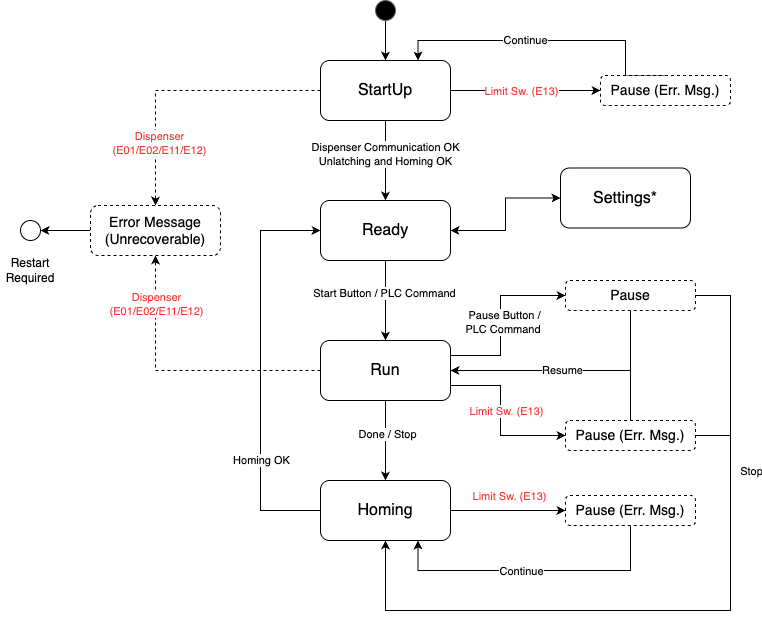
This is docs/images/states.png from erdiongson/sdb1r_main, a draw.io export, as it was before one commit. Source tidied: cells renumbered, new cells last; positions are measured from the earlier drawing's top-left corner, leaving out a move shared by most shapes.
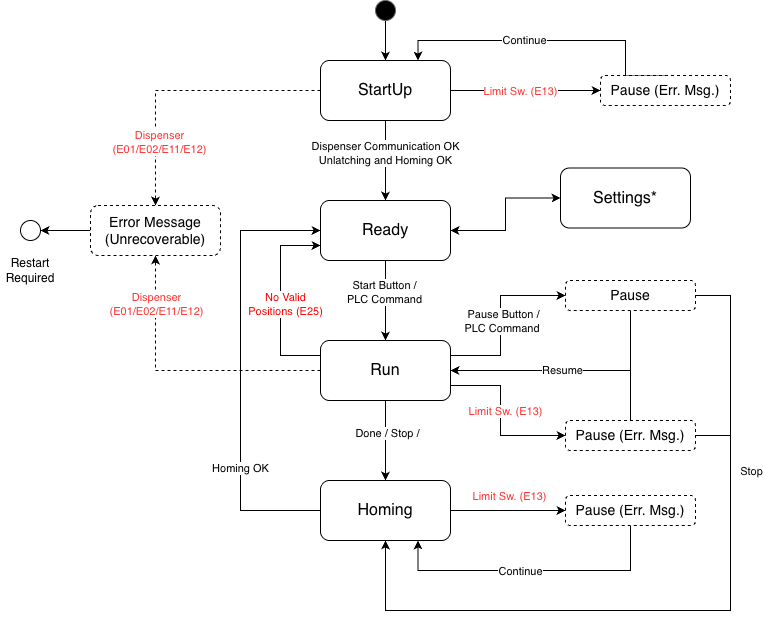
After the change.

The edit, as a diff of the source:
```diff
@@ -8,13 +8,13 @@
     <mxCell id="3" value="Dispenser Communication OK&lt;br&gt;Unlatching and Homing OK" style="edgeLabel;html=1;align=center;verticalAlign=middle;" parent="2" vertex="1">
       <mxGeometry x="-0.17" y="-1" relative="1" as="geometry" />
     </mxCell>
-    <mxCell id="4" style="edgeStyle=orthogonalEdgeStyle;rounded=0;jettySize=auto;html=1;exitX=0;exitY=0.5;exitDx=0;exitDy=0;dashed=1;" parent="1" edge="1" source="8" target="24">
+    <mxCell id="4" style="edgeStyle=orthogonalEdgeStyle;rounded=0;jettySize=auto;html=1;exitX=0;exitY=0.5;exitDx=0;exitDy=0;dashed=1;" parent="1" edge="1" source="8" target="26">
       <mxGeometry relative="1" as="geometry" />
     </mxCell>
     <mxCell id="5" value="Dispenser&lt;div&gt;(E01/E02/E11/E12)&lt;/div&gt;" style="edgeLabel;html=1;align=center;verticalAlign=middle;fontColor=#FF3333;" parent="4" vertex="1">
       <mxGeometry x="0.55" y="3" relative="1" as="geometry" />
     </mxCell>
-    <mxCell id="6" style="edgeStyle=orthogonalEdgeStyle;rounded=0;jettySize=auto;html=1;exitX=1;exitY=0.5;exitDx=0;exitDy=0;entryX=0;entryY=0.5;entryDx=0;entryDy=0;" parent="1" edge="1" source="8" target="47">
+    <mxCell id="6" style="edgeStyle=orthogonalEdgeStyle;rounded=0;jettySize=auto;html=1;exitX=1;exitY=0.5;exitDx=0;exitDy=0;entryX=0;entryY=0.5;entryDx=0;entryDy=0;" parent="1" edge="1" source="8" target="49">
       <mxGeometry relative="1" as="geometry" />
     </mxCell>
     <mxCell id="7" value="&lt;span style=&quot;color: rgb(255, 51, 51);&quot;&gt;Limit Sw. (E13)&lt;/span&gt;" style="edgeLabel;html=1;align=center;verticalAlign=middle;" parent="6" vertex="1">
@@ -25,19 +25,19 @@
     <mxCell id="8" value="&lt;font style=&quot;font-size: 16px;&quot;&gt;StartUp&lt;/font&gt;" style="rounded=1;whiteSpace=wrap;html=1;" parent="1" vertex="1">
       <mxGeometry x="320" y="60" width="130" height="60" as="geometry" />
     </mxCell>
-    <mxCell id="9" style="edgeStyle=orthogonalEdgeStyle;rounded=0;jettySize=auto;html=1;" parent="1" edge="1" source="12" target="22">
+    <mxCell id="9" style="edgeStyle=orthogonalEdgeStyle;rounded=0;jettySize=auto;html=1;" parent="1" edge="1" source="12" target="24">
       <mxGeometry relative="1" as="geometry" />
     </mxCell>
-    <mxCell id="10" value="Start Button / PLC Command" style="edgeLabel;html=1;align=center;verticalAlign=middle;" parent="9" vertex="1">
+    <mxCell id="10" value="Start Button /&lt;br&gt;PLC Command" style="edgeLabel;html=1;align=center;verticalAlign=middle;" parent="9" vertex="1">
       <mxGeometry x="-0.2" y="-2" relative="1" as="geometry" />
     </mxCell>
-    <mxCell id="11" style="edgeStyle=orthogonalEdgeStyle;rounded=0;jettySize=auto;html=1;exitX=1;exitY=0.5;exitDx=0;exitDy=0;entryX=0;entryY=0.5;entryDx=0;entryDy=0;startArrow=classic;startFill=1;" parent="1" edge="1" source="12" target="48">
+    <mxCell id="11" style="edgeStyle=orthogonalEdgeStyle;rounded=0;jettySize=auto;html=1;exitX=1;exitY=0.5;exitDx=0;exitDy=0;entryX=0;entryY=0.5;entryDx=0;entryDy=0;startArrow=classic;startFill=1;" parent="1" edge="1" source="12" target="50">
       <mxGeometry relative="1" as="geometry" />
     </mxCell>
     <mxCell id="12" value="&lt;font style=&quot;font-size: 16px;&quot;&gt;Ready&lt;/font&gt;" style="rounded=1;whiteSpace=wrap;html=1;" parent="1" vertex="1">
       <mxGeometry x="320" y="200" width="130" height="60" as="geometry" />
     </mxCell>
-    <mxCell id="13" style="edgeStyle=orthogonalEdgeStyle;rounded=0;jettySize=auto;html=1;exitX=0;exitY=0.5;exitDx=0;exitDy=0;entryX=0.5;entryY=1;entryDx=0;entryDy=0;dashed=1;" parent="1" edge="1" source="22" target="24">
+    <mxCell id="13" style="edgeStyle=orthogonalEdgeStyle;rounded=0;jettySize=auto;html=1;exitX=0;exitY=0.5;exitDx=0;exitDy=0;entryX=0.5;entryY=1;entryDx=0;entryDy=0;dashed=1;" parent="1" edge="1" source="24" target="26">
       <mxGeometry relative="1" as="geometry" />
     </mxCell>
     <mxCell id="14" value="Dispenser&lt;div style=&quot;--tw-scale-x: 1; --tw-scale-y: 1; --tw-pan-x: ; --tw-pan-y: ; --tw-pinch-zoom: ; --tw-scroll-snap-strictness: proximity; --tw-gradient-from-position: ; --tw-gradient-via-position: ; --tw-gradient-to-position: ; --tw-ordinal: ; --tw-slashed-zero: ; --tw-numeric-figure: ; --tw-numeric-spacing: ; --tw-numeric-fraction: ; --tw-ring-inset: ; --tw-ring-offset-width: 0px; --tw-ring-offset-color: light-dark(#fff, #000000); --tw-ring-color: rgb(59 130 246 / 0.5); --tw-ring-offset-shadow: 0 0 #0000; --tw-ring-shadow: 0 0 #0000; --tw-shadow: 0 0 #0000; --tw-shadow-colored: 0 0 #0000; --tw-blur: ; --tw-brightness: ; --tw-contrast: ; --tw-grayscale: ; --tw-hue-rotate: ; --tw-invert: ; --tw-saturate: ; --tw-sepia: ; --tw-drop-shadow: ; --tw-backdrop-blur: ; --tw-backdrop-brightness: ; --tw-backdrop-contrast: ; --tw-backdrop-grayscale: ; --tw-backdrop-hue-rotate: ; --tw-backdrop-invert: ; --tw-backdrop-opacity: ; --tw-backdrop-saturate: ; --tw-backdrop-sepia: ; --tw-contain-size: ; --tw-contain-layout: ; --tw-contain-paint: ; --tw-contain-style: ;&quot;&gt;(E01/E02/E11/E12)&lt;/div&gt;" style="edgeLabel;html=1;align=center;verticalAlign=middle;fontColor=#FF3333;" parent="13" vertex="1">
@@ -45,13 +45,13 @@
         <mxPoint y="-15" as="offset" />
       </mxGeometry>
     </mxCell>
-    <mxCell id="15" style="edgeStyle=orthogonalEdgeStyle;rounded=0;jettySize=auto;html=1;" parent="1" edge="1" source="22" target="29">
+    <mxCell id="15" style="edgeStyle=orthogonalEdgeStyle;rounded=0;jettySize=auto;html=1;" parent="1" edge="1" source="24" target="31">
       <mxGeometry relative="1" as="geometry" />
     </mxCell>
-    <mxCell id="16" value="Done / Stop" style="edgeLabel;html=1;align=center;verticalAlign=middle;" parent="15" vertex="1">
+    <mxCell id="16" value="Done / Stop /" style="edgeLabel;html=1;align=center;verticalAlign=middle;" parent="15" vertex="1">
       <mxGeometry x="-0.18" y="1" relative="1" as="geometry" />
     </mxCell>
-    <mxCell id="17" style="edgeStyle=orthogonalEdgeStyle;rounded=0;jettySize=auto;html=1;exitX=1;exitY=0.25;exitDx=0;exitDy=0;entryX=0;entryY=0.5;entryDx=0;entryDy=0;" parent="1" edge="1" source="22" target="32">
+    <mxCell id="17" style="edgeStyle=orthogonalEdgeStyle;rounded=0;jettySize=auto;html=1;exitX=1;exitY=0.25;exitDx=0;exitDy=0;entryX=0;entryY=0.5;entryDx=0;entryDy=0;" parent="1" edge="1" source="24" target="34">
       <mxGeometry relative="1" as="geometry">
         <Array as="points">
           <mxPoint x="500" y="355" />
@@ -64,7 +64,7 @@
         <mxPoint x="4" as="offset" />
       </mxGeometry>
     </mxCell>
-    <mxCell id="19" style="edgeStyle=orthogonalEdgeStyle;rounded=0;jettySize=auto;html=1;exitX=1;exitY=0.75;exitDx=0;exitDy=0;entryX=0;entryY=0.5;entryDx=0;entryDy=0;" parent="1" edge="1" source="22" target="37">
+    <mxCell id="19" style="edgeStyle=orthogonalEdgeStyle;rounded=0;jettySize=auto;html=1;exitX=1;exitY=0.75;exitDx=0;exitDy=0;entryX=0;entryY=0.5;entryDx=0;entryDy=0;" parent="1" edge="1" source="24" target="39">
       <mxGeometry relative="1" as="geometry">
         <Array as="points">
           <mxPoint x="500" y="385" />
@@ -80,121 +80,134 @@
         <mxPoint x="5" y="7" as="offset" />
       </mxGeometry>
     </mxCell>
-    <mxCell id="22" value="&lt;font style=&quot;font-size: 16px;&quot;&gt;Run&lt;/font&gt;" style="rounded=1;whiteSpace=wrap;html=1;" parent="1" vertex="1">
-      <mxGeometry x="320" y="340" width="130" height="60" as="geometry" />
+    <mxCell id="22" style="edgeStyle=orthogonalEdgeStyle;rounded=0;jettySize=auto;html=1;exitX=0;exitY=0.25;exitDx=0;exitDy=0;entryX=0;entryY=0.75;entryDx=0;entryDy=0;" parent="1" edge="1" source="24" target="12">
+      <mxGeometry relative="1" as="geometry">
+        <Array as="points">
+          <mxPoint x="280" y="355" />
+          <mxPoint x="280" y="245" />
+        </Array>
+      </mxGeometry>
     </mxCell>
-    <mxCell id="23" style="edgeStyle=orthogonalEdgeStyle;rounded=0;jettySize=auto;html=1;exitX=0;exitY=0.5;exitDx=0;exitDy=0;entryX=1;entryY=0.5;entryDx=0;entryDy=0;" parent="1" edge="1" source="24" target="43">
-      <mxGeometry relative="1" as="geometry" />
+    <mxCell id="23" value="&lt;font style=&quot;color: rgb(255, 0, 0);&quot;&gt;No Valid&lt;br&gt;Positions (E25)&lt;/font&gt;" style="edgeLabel;html=1;align=center;verticalAlign=middle;" parent="22" vertex="1">
+      <mxGeometry x="-0.02" y="5" relative="1" as="geometry">
+        <mxPoint x="10" y="1" as="offset" />
+      </mxGeometry>
     </mxCell>
-    <mxCell id="24" value="&lt;font&gt;Error Message&lt;br&gt;(Unrecoverable)&lt;/font&gt;" style="rounded=1;whiteSpace=wrap;html=1;dashed=1;fontSize=14;" parent="1" vertex="1">
-      <mxGeometry x="90" y="205" width="130" height="50" as="geometry" />
+    <mxCell id="24" value="&lt;font style=&quot;font-size: 16px;&quot;&gt;Run&lt;/font&gt;" style="rounded=1;whiteSpace=wrap;html=1;" parent="1" vertex="1">
+      <mxGeometry x="320" y="340" width="130" height="60" as="geometry" />
     </mxCell>
-    <mxCell id="25" style="edgeStyle=orthogonalEdgeStyle;rounded=0;jettySize=auto;html=1;exitX=0;exitY=0.5;exitDx=0;exitDy=0;entryX=0;entryY=0.5;entryDx=0;entryDy=0;" parent="1" edge="1" source="29" target="12">
-      <mxGeometry relative="1" as="geometry">
-        <Array as="points">
-          <mxPoint x="260" y="510" />
-          <mxPoint x="260" y="230" />
-        </Array>
-      </mxGeometry>
+    <mxCell id="25" style="edgeStyle=orthogonalEdgeStyle;rounded=0;jettySize=auto;html=1;exitX=0;exitY=0.5;exitDx=0;exitDy=0;entryX=1;entryY=0.5;entryDx=0;entryDy=0;" parent="1" edge="1" source="26" target="45">
+      <mxGeometry relative="1" as="geometry" />
     </mxCell>
-    <mxCell id="26" value="Homing OK" style="edgeLabel;html=1;align=center;verticalAlign=middle;points=[];" parent="25" vertex="1">
-      <mxGeometry x="-0.37" y="2" relative="1" as="geometry">
-        <mxPoint x="2" y="15" as="offset" />
-      </mxGeometry>
+    <mxCell id="26" value="&lt;font&gt;Error Message&lt;br&gt;(Unrecoverable)&lt;/font&gt;" style="rounded=1;whiteSpace=wrap;html=1;dashed=1;fontSize=14;" parent="1" vertex="1">
+      <mxGeometry x="90" y="205" width="130" height="50" as="geometry" />
     </mxCell>
-    <mxCell id="27" style="edgeStyle=orthogonalEdgeStyle;rounded=0;jettySize=auto;html=1;exitX=1;exitY=0.5;exitDx=0;exitDy=0;entryX=0;entryY=0.5;entryDx=0;entryDy=0;" parent="1" edge="1" source="29" target="40">
-      <mxGeometry relative="1" as="geometry" />
+    <mxCell id="27" style="edgeStyle=orthogonalEdgeStyle;rounded=0;jettySize=auto;html=1;exitX=0;exitY=0.5;exitDx=0;exitDy=0;entryX=0;entryY=0.5;entryDx=0;entryDy=0;" parent="1" edge="1" source="31" target="12">
+      <mxGeometry relative="1" as="geometry">
+        <Array as="points">
+          <mxPoint x="240" y="510" />
+          <mxPoint x="240" y="230" />
+        </Array>
+      </mxGeometry>
     </mxCell>
-    <mxCell id="28" value="Limit Sw. (E13)" style="edgeLabel;html=1;align=center;verticalAlign=middle;fontColor=#FF3333;" parent="27" vertex="1">
-      <mxGeometry x="-0.29" relative="1" as="geometry">
-        <mxPoint x="17" y="-15" as="offset" />
+    <mxCell id="28" value="Homing OK" style="edgeLabel;html=1;align=center;verticalAlign=middle;" parent="27" vertex="1">
+      <mxGeometry x="-0.37" y="2" relative="1" as="geometry">
+        <mxPoint x="2" y="15" as="offset" />
       </mxGeometry>
     </mxCell>
-    <mxCell id="29" value="&lt;span style=&quot;font-size: 16px;&quot;&gt;Homing&lt;/span&gt;" style="rounded=1;whiteSpace=wrap;html=1;" parent="1" vertex="1">
-      <mxGeometry x="320" y="480" width="130" height="60" as="geometry" />
+    <mxCell id="29" style="edgeStyle=orthogonalEdgeStyle;rounded=0;jettySize=auto;html=1;exitX=1;exitY=0.5;exitDx=0;exitDy=0;entryX=0;entryY=0.5;entryDx=0;entryDy=0;" parent="1" edge="1" source="31" target="42">
+      <mxGeometry relative="1" as="geometry" />
     </mxCell>
-    <mxCell id="30" style="edgeStyle=orthogonalEdgeStyle;rounded=0;jettySize=auto;html=1;exitX=0.5;exitY=1;exitDx=0;exitDy=0;entryX=1;entryY=0.5;entryDx=0;entryDy=0;" parent="1" edge="1" source="32" target="22">
-      <mxGeometry relative="1" as="geometry" />
+    <mxCell id="30" value="Limit Sw. (E13)" style="edgeLabel;html=1;align=center;verticalAlign=middle;fontColor=#FF3333;" parent="29" vertex="1">
+      <mxGeometry x="-0.29" relative="1" as="geometry">
+        <mxPoint x="17" y="-15" as="offset" />
+      </mxGeometry>
     </mxCell>
-    <mxCell id="31" style="edgeStyle=orthogonalEdgeStyle;rounded=0;jettySize=auto;html=1;exitX=1;exitY=0.5;exitDx=0;exitDy=0;entryX=0.5;entryY=1;entryDx=0;entryDy=0;" parent="1" edge="1" source="32" target="29">
-      <mxGeometry relative="1" as="geometry">
-        <Array as="points">
-          <mxPoint x="730" y="295" />
-          <mxPoint x="730" y="610" />
-          <mxPoint x="385" y="610" />
-        </Array>
-      </mxGeometry>
+    <mxCell id="31" value="&lt;span style=&quot;font-size: 16px;&quot;&gt;Homing&lt;/span&gt;" style="rounded=1;whiteSpace=wrap;html=1;" parent="1" vertex="1">
+      <mxGeometry x="320" y="480" width="130" height="60" as="geometry" />
     </mxCell>
-    <mxCell id="32" value="&lt;span&gt;Pause&lt;/span&gt;" style="rounded=1;whiteSpace=wrap;html=1;glass=0;shadow=0;strokeColor=default;fillStyle=auto;gradientColor=none;dashed=1;fontSize=14;" parent="1" vertex="1">
-      <mxGeometry x="565" y="280" width="130" height="30" as="geometry" />
+    <mxCell id="32" style="edgeStyle=orthogonalEdgeStyle;rounded=0;jettySize=auto;html=1;exitX=0.5;exitY=1;exitDx=0;exitDy=0;entryX=1;entryY=0.5;entryDx=0;entryDy=0;" parent="1" edge="1" source="34" target="24">
+      <mxGeometry relative="1" as="geometry" />
     </mxCell>
-    <mxCell id="33" style="edgeStyle=orthogonalEdgeStyle;rounded=0;jettySize=auto;html=1;exitX=0.5;exitY=0;exitDx=0;exitDy=0;entryX=1;entryY=0.5;entryDx=0;entryDy=0;" parent="1" edge="1" source="37" target="22">
-      <mxGeometry relative="1" as="geometry" />
+    <mxCell id="33" style="edgeStyle=orthogonalEdgeStyle;rounded=0;jettySize=auto;html=1;exitX=1;exitY=0.5;exitDx=0;exitDy=0;entryX=0.5;entryY=1;entryDx=0;entryDy=0;" parent="1" edge="1" source="34" target="31">
+      <mxGeometry relative="1" as="geometry">
+        <Array as="points">
+          <mxPoint x="730" y="295" />
+          <mxPoint x="730" y="610" />
+          <mxPoint x="385" y="610" />
+        </Array>
+      </mxGeometry>
     </mxCell>
-    <mxCell id="34" value="Resume" style="edgeLabel;html=1;align=center;verticalAlign=middle;points=[];" parent="33" vertex="1">
-      <mxGeometry x="0.04" y="-1" relative="1" as="geometry" />
+    <mxCell id="34" value="&lt;span&gt;Pause&lt;/span&gt;" style="rounded=1;whiteSpace=wrap;html=1;glass=0;shadow=0;strokeColor=default;fillStyle=auto;gradientColor=none;dashed=1;fontSize=14;" parent="1" vertex="1">
+      <mxGeometry x="565" y="280" width="130" height="30" as="geometry" />
     </mxCell>
-    <mxCell id="35" style="edgeStyle=orthogonalEdgeStyle;rounded=0;jettySize=auto;html=1;exitX=1;exitY=0.5;exitDx=0;exitDy=0;entryX=0.5;entryY=1;entryDx=0;entryDy=0;" parent="1" edge="1" source="37" target="29">
-      <mxGeometry relative="1" as="geometry">
-        <Array as="points">
-          <mxPoint x="730" y="435" />
-          <mxPoint x="730" y="610" />
-          <mxPoint x="385" y="610" />
-        </Array>
-      </mxGeometry>
+    <mxCell id="35" style="edgeStyle=orthogonalEdgeStyle;rounded=0;jettySize=auto;html=1;exitX=0.5;exitY=0;exitDx=0;exitDy=0;entryX=1;entryY=0.5;entryDx=0;entryDy=0;" parent="1" edge="1" source="39" target="24">
+      <mxGeometry relative="1" as="geometry" />
     </mxCell>
-    <mxCell id="36" value="Stop" style="edgeLabel;html=1;align=center;verticalAlign=middle;" parent="35" vertex="1">
-      <mxGeometry x="0.18" y="-1" relative="1" as="geometry">
-        <mxPoint x="180" y="-139" as="offset" />
-      </mxGeometry>
+    <mxCell id="36" value="Resume" style="edgeLabel;html=1;align=center;verticalAlign=middle;" parent="35" vertex="1">
+      <mxGeometry x="0.04" y="-1" relative="1" as="geometry" />
     </mxCell>
-    <mxCell id="37" value="&lt;span&gt;Pause (Err. Msg.)&lt;/span&gt;" style="rounded=1;whiteSpace=wrap;html=1;glass=0;shadow=0;strokeColor=default;fillStyle=auto;gradientColor=none;dashed=1;fontSize=14;" parent="1" vertex="1">
-      <mxGeometry x="565" y="420" width="130" height="30" as="geometry" />
+    <mxCell id="37" style="edgeStyle=orthogonalEdgeStyle;rounded=0;jettySize=auto;html=1;exitX=1;exitY=0.5;exitDx=0;exitDy=0;entryX=0.5;entryY=1;entryDx=0;entryDy=0;" parent="1" edge="1" source="39" target="31">
+      <mxGeometry relative="1" as="geometry">
+        <Array as="points">
+          <mxPoint x="730" y="435" />
+          <mxPoint x="730" y="610" />
+          <mxPoint x="385" y="610" />
+        </Array>
+      </mxGeometry>
     </mxCell>
-    <mxCell id="38" style="edgeStyle=orthogonalEdgeStyle;rounded=0;jettySize=auto;html=1;exitX=0.5;exitY=1;exitDx=0;exitDy=0;entryX=0.75;entryY=1;entryDx=0;entryDy=0;" parent="1" edge="1" source="40" target="29">
-      <mxGeometry relative="1" as="geometry">
-        <Array as="points">
-          <mxPoint x="630" y="570" />
-          <mxPoint x="418" y="570" />
-        </Array>
+    <mxCell id="38" value="Stop" style="edgeLabel;html=1;align=center;verticalAlign=middle;" parent="37" vertex="1">
+      <mxGeometry x="0.18" y="-1" relative="1" as="geometry">
+        <mxPoint x="180" y="-139" as="offset" />
       </mxGeometry>
     </mxCell>
-    <mxCell id="39" value="Continue" style="edgeLabel;html=1;align=center;verticalAlign=middle;points=[];" parent="38" vertex="1">
-      <mxGeometry x="0.18" relative="1" as="geometry">
-        <mxPoint x="14" as="offset" />
-      </mxGeometry>
+    <mxCell id="39" value="&lt;span&gt;Pause (Err. Msg.)&lt;/span&gt;" style="rounded=1;whiteSpace=wrap;html=1;glass=0;shadow=0;strokeColor=default;fillStyle=auto;gradientColor=none;dashed=1;fontSize=14;" parent="1" vertex="1">
+      <mxGeometry x="565" y="420" width="130" height="30" as="geometry" />
     </mxCell>
-    <mxCell id="40" value="Pause (Err. Msg.)" style="rounded=1;whiteSpace=wrap;html=1;glass=0;shadow=0;strokeColor=default;fillStyle=auto;gradientColor=none;dashed=1;fontSize=14;" parent="1" vertex="1">
-      <mxGeometry x="565" y="495" width="130" height="30" as="geometry" />
+    <mxCell id="40" style="edgeStyle=orthogonalEdgeStyle;rounded=0;jettySize=auto;html=1;exitX=0.5;exitY=1;exitDx=0;exitDy=0;entryX=0.75;entryY=1;entryDx=0;entryDy=0;" parent="1" edge="1" source="42" target="31">
+      <mxGeometry relative="1" as="geometry">
+        <Array as="points">
+          <mxPoint x="630" y="570" />
+          <mxPoint x="418" y="570" />
+        </Array>
+      </mxGeometry>
     </mxCell>
-    <mxCell id="41" style="edgeStyle=orthogonalEdgeStyle;rounded=0;jettySize=auto;html=1;exitX=0.5;exitY=1;exitDx=0;exitDy=0;entryX=0.5;entryY=0;entryDx=0;entryDy=0;" parent="1" edge="1" source="42" target="8">
-      <mxGeometry relative="1" as="geometry" />
+    <mxCell id="41" value="Continue" style="edgeLabel;html=1;align=center;verticalAlign=middle;" parent="40" vertex="1">
+      <mxGeometry x="0.18" relative="1" as="geometry">
+        <mxPoint x="14" as="offset" />
+      </mxGeometry>
     </mxCell>
-    <mxCell id="42" style="ellipse;whiteSpace=wrap;html=1;fillStyle=solid;fillColor=#000000;fontColor=#333333;strokeColor=#666666;" parent="1" vertex="1">
-      <mxGeometry x="375" width="20" height="20" as="geometry" />
+    <mxCell id="42" value="Pause (Err. Msg.)" style="rounded=1;whiteSpace=wrap;html=1;glass=0;shadow=0;strokeColor=default;fillStyle=auto;gradientColor=none;dashed=1;fontSize=14;" parent="1" vertex="1">
+      <mxGeometry x="565" y="495" width="130" height="30" as="geometry" />
     </mxCell>
-    <mxCell id="43" style="ellipse;whiteSpace=wrap;html=1;" parent="1" vertex="1">
-      <mxGeometry x="20" y="220" width="20" height="20" as="geometry" />
+    <mxCell id="43" style="edgeStyle=orthogonalEdgeStyle;rounded=0;jettySize=auto;html=1;exitX=0.5;exitY=1;exitDx=0;exitDy=0;entryX=0.5;entryY=0;entryDx=0;entryDy=0;" parent="1" edge="1" source="44" target="8">
+      <mxGeometry relative="1" as="geometry" />
     </mxCell>
-    <mxCell id="44" value="Restart Required" style="text;html=1;whiteSpace=wrap;strokeColor=none;fillColor=none;align=center;verticalAlign=middle;rounded=0;" parent="1" vertex="1">
-      <mxGeometry y="255" width="60" height="30" as="geometry" />
+    <mxCell id="44" style="ellipse;whiteSpace=wrap;html=1;fillStyle=solid;fillColor=#000000;fontColor=#333333;strokeColor=#666666;" parent="1" vertex="1">
+      <mxGeometry x="375" width="20" height="20" as="geometry" />
     </mxCell>
-    <mxCell id="45" style="edgeStyle=orthogonalEdgeStyle;rounded=0;jettySize=auto;html=1;exitX=0.5;exitY=0;exitDx=0;exitDy=0;entryX=0.75;entryY=0;entryDx=0;entryDy=0;" parent="1" edge="1" source="47" target="8">
-      <mxGeometry relative="1" as="geometry">
-        <Array as="points">
-          <mxPoint x="625" y="40" />
-          <mxPoint x="417" y="40" />
-        </Array>
-      </mxGeometry>
+    <mxCell id="45" style="ellipse;whiteSpace=wrap;html=1;" parent="1" vertex="1">
+      <mxGeometry x="20" y="220" width="20" height="20" as="geometry" />
     </mxCell>
-    <mxCell id="46" value="Continue" style="edgeLabel;html=1;align=center;verticalAlign=middle;" parent="45" vertex="1">
-      <mxGeometry x="0.17" y="-1" relative="1" as="geometry" />
+    <mxCell id="46" value="Restart Required" style="text;html=1;whiteSpace=wrap;strokeColor=none;fillColor=none;align=center;verticalAlign=middle;rounded=0;" parent="1" vertex="1">
+      <mxGeometry y="255" width="60" height="30" as="geometry" />
     </mxCell>
-    <mxCell id="47" value="Pause (Err. Msg.)" style="rounded=1;whiteSpace=wrap;html=1;glass=0;shadow=0;strokeColor=default;fillStyle=auto;gradientColor=none;dashed=1;fontSize=14;" parent="1" vertex="1">
-      <mxGeometry x="600" y="75" width="130" height="30" as="geometry" />
+    <mxCell id="47" style="edgeStyle=orthogonalEdgeStyle;rounded=0;jettySize=auto;html=1;exitX=0.5;exitY=0;exitDx=0;exitDy=0;entryX=0.75;entryY=0;entryDx=0;entryDy=0;" parent="1" edge="1" source="49" target="8">
+      <mxGeometry relative="1" as="geometry">
+        <Array as="points">
+          <mxPoint x="625" y="40" />
+          <mxPoint x="417" y="40" />
+        </Array>
+      </mxGeometry>
     </mxCell>
-    <mxCell id="48" value="&lt;font style=&quot;&quot;&gt;&lt;span style=&quot;font-size: 16px;&quot;&gt;Settings*&lt;/span&gt;&lt;br&gt;&lt;/font&gt;" style="rounded=1;whiteSpace=wrap;html=1;" parent="1" vertex="1">
-      <mxGeometry x="560" y="167.5" width="130" height="60" as="geometry" />
+    <mxCell id="48" value="Continue" style="edgeLabel;html=1;align=center;verticalAlign=middle;points=[];" parent="47" vertex="1">
+      <mxGeometry x="0.17" y="-1" relative="1" as="geometry" />
     </mxCell>
+    <mxCell id="49" value="Pause (Err. Msg.)" style="rounded=1;whiteSpace=wrap;html=1;glass=0;shadow=0;strokeColor=default;fillStyle=auto;gradientColor=none;dashed=1;fontSize=14;" parent="1" vertex="1">
+      <mxGeometry x="600" y="75" width="130" height="30" as="geometry" />
+    </mxCell>
+    <mxCell id="50" value="&lt;font style=&quot;&quot;&gt;&lt;span style=&quot;font-size: 16px;&quot;&gt;Settings*&lt;/span&gt;&lt;br&gt;&lt;/font&gt;" style="rounded=1;whiteSpace=wrap;html=1;" parent="1" vertex="1">
+      <mxGeometry x="560" y="167.5" width="130" height="60" as="geometry" />
+    </mxCell>
   </root>
 </mxGraphModel>
```
